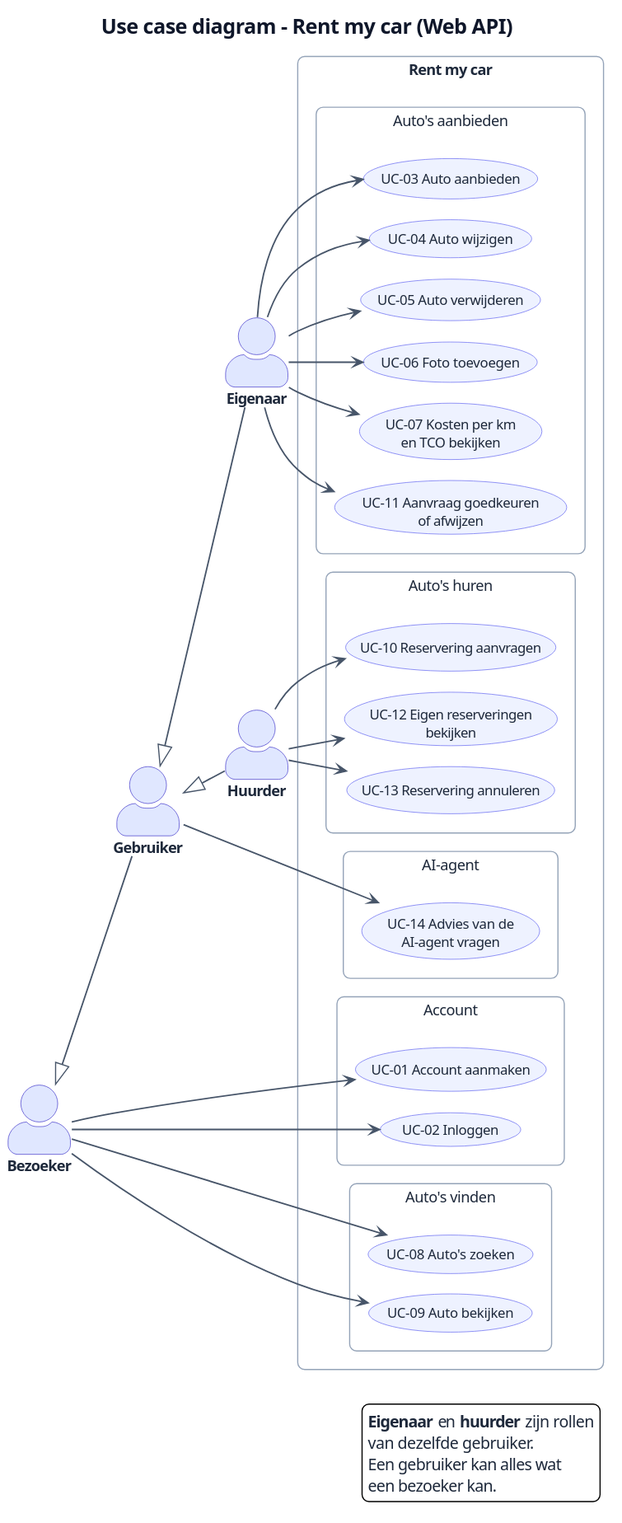
Earlier version of the PlantUML export docs/images/use-case-diagram.svg (ThimoHarte/RentMyCar). Source of this version:
```plantuml
@startuml
!pragma layout smetana
!include style.iuml

title Use case diagram - Rent my car (Web API)

left to right direction
skinparam packageStyle rectangle
skinparam actorStyle awesome

actor "Bezoeker" as Visitor
actor "Gebruiker" as User
actor "Eigenaar" as Owner
actor "Huurder" as Renter

Visitor <|-- User
User <|-- Owner
User <|-- Renter

rectangle "<b>Rent my car</b>" {

    package "Account" {
        usecase "UC-01 Account aanmaken" as UC01
        usecase "UC-02 Inloggen" as UC02
    }

    package "Auto's vinden" {
        usecase "UC-08 Auto's zoeken" as UC08
        usecase "UC-09 Auto bekijken" as UC09
    }

    package "Auto's aanbieden" {
        usecase "UC-03 Auto aanbieden" as UC03
        usecase "UC-04 Auto wijzigen" as UC04
        usecase "UC-05 Auto verwijderen" as UC05
        usecase "UC-06 Foto toevoegen" as UC06
        usecase "UC-07 Kosten per km\nen TCO bekijken" as UC07
        usecase "UC-11 Aanvraag goedkeuren\nof afwijzen" as UC11
    }

    package "Auto's huren" {
        usecase "UC-10 Reservering aanvragen" as UC10
        usecase "UC-12 Eigen reserveringen\nbekijken" as UC12
        usecase "UC-13 Reservering annuleren" as UC13
    }

    package "AI-agent" {
        usecase "UC-14 Advies van de\nAI-agent vragen" as UC14
    }
}

Visitor --> UC01
Visitor --> UC02
Visitor --> UC08
Visitor --> UC09

User --> UC14

Owner --> UC03
Owner --> UC04
Owner --> UC05
Owner --> UC06
Owner --> UC07
Owner --> UC11

Renter --> UC10
Renter --> UC12
Renter --> UC13

legend right
  <b>Eigenaar</b> en <b>huurder</b> zijn rollen
  van dezelfde gebruiker.
  Een gebruiker kan alles wat
  een bezoeker kan.
endlegend
@enduml
```
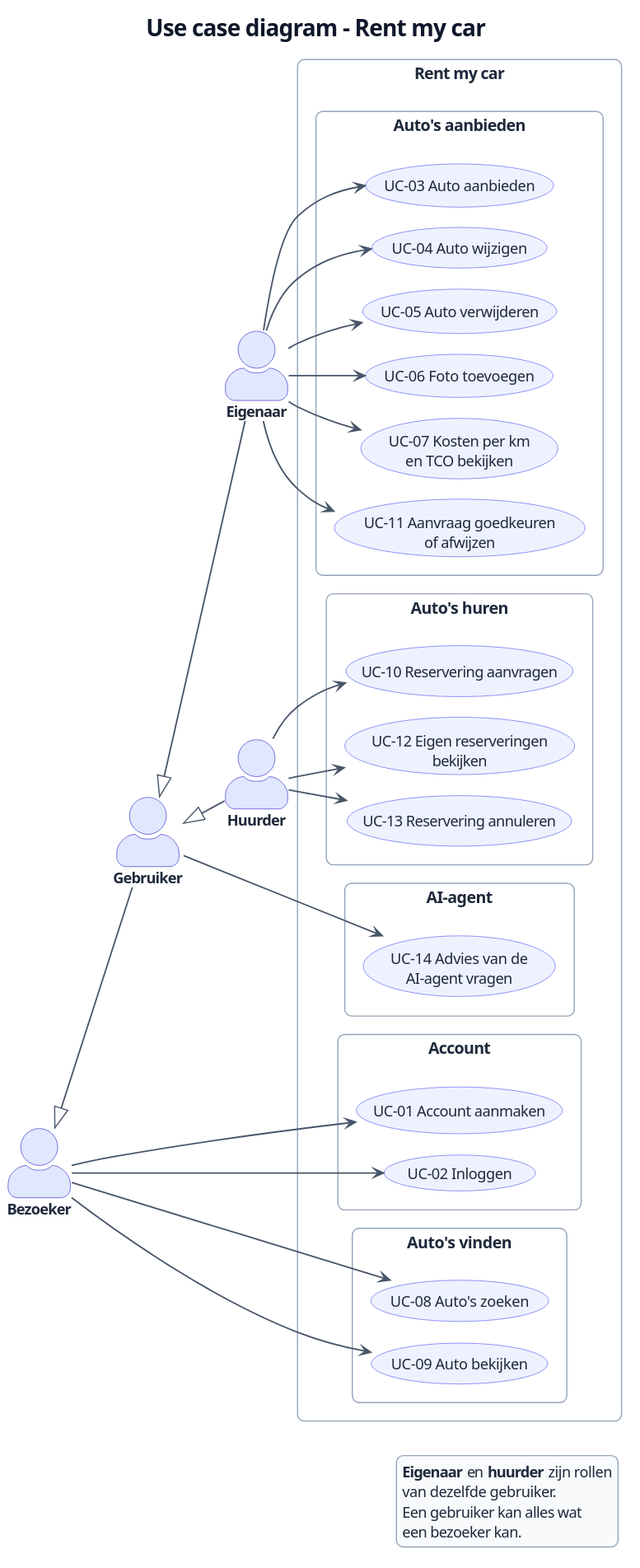
After the change.

Diff of the diagram source:
```diff
@@ -1,12 +1,10 @@
 @startuml
-!pragma layout smetana
 !include style.iuml
 
-title Use case diagram - Rent my car (Web API)
+title Use case diagram - Rent my car
 
 left to right direction
 skinparam packageStyle rectangle
-skinparam actorStyle awesome
 
 actor "Bezoeker" as Visitor
 actor "Gebruiker" as User
@@ -19,17 +17,17 @@
 
 rectangle "<b>Rent my car</b>" {
 
-    package "Account" {
+    package "<b>Account</b>" {
         usecase "UC-01 Account aanmaken" as UC01
         usecase "UC-02 Inloggen" as UC02
     }
 
-    package "Auto's vinden" {
+    package "<b>Auto's vinden</b>" {
         usecase "UC-08 Auto's zoeken" as UC08
         usecase "UC-09 Auto bekijken" as UC09
     }
 
-    package "Auto's aanbieden" {
+    package "<b>Auto's aanbieden</b>" {
         usecase "UC-03 Auto aanbieden" as UC03
         usecase "UC-04 Auto wijzigen" as UC04
         usecase "UC-05 Auto verwijderen" as UC05
@@ -38,13 +36,13 @@
         usecase "UC-11 Aanvraag goedkeuren\nof afwijzen" as UC11
     }
 
-    package "Auto's huren" {
+    package "<b>Auto's huren</b>" {
         usecase "UC-10 Reservering aanvragen" as UC10
         usecase "UC-12 Eigen reserveringen\nbekijken" as UC12
         usecase "UC-13 Reservering annuleren" as UC13
     }
 
-    package "AI-agent" {
+    package "<b>AI-agent</b>" {
         usecase "UC-14 Advies van de\nAI-agent vragen" as UC14
     }
 }
```
